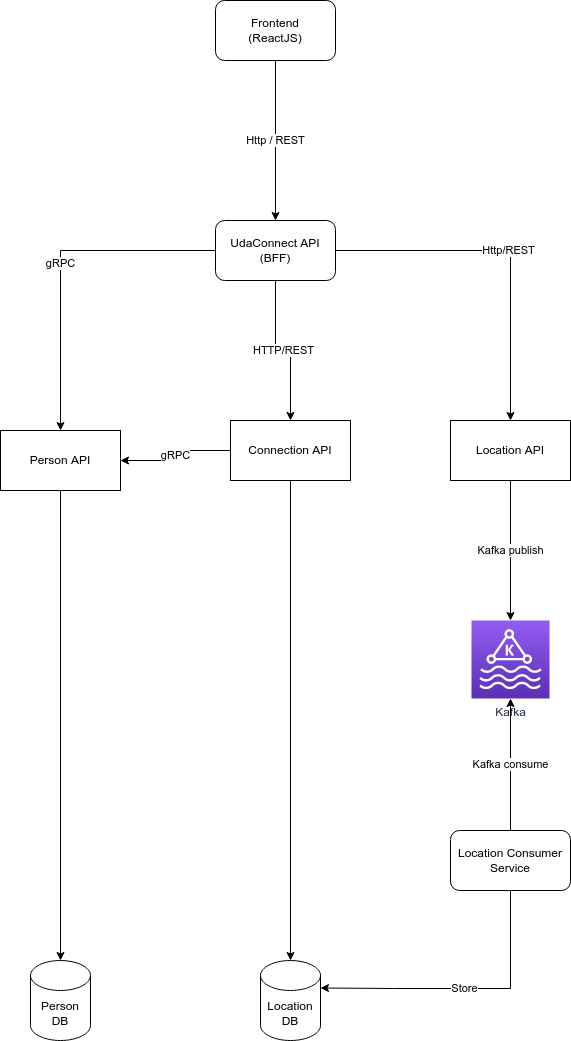
This is docs/architecture_design.png from ThinhTT84/nd064-c2-message-passing-projects-starter, a draw.io export, as it was before one commit. Source tidied: cells renumbered, new cells last; positions are measured from the earlier drawing's top-left corner, leaving out a move shared by most shapes.
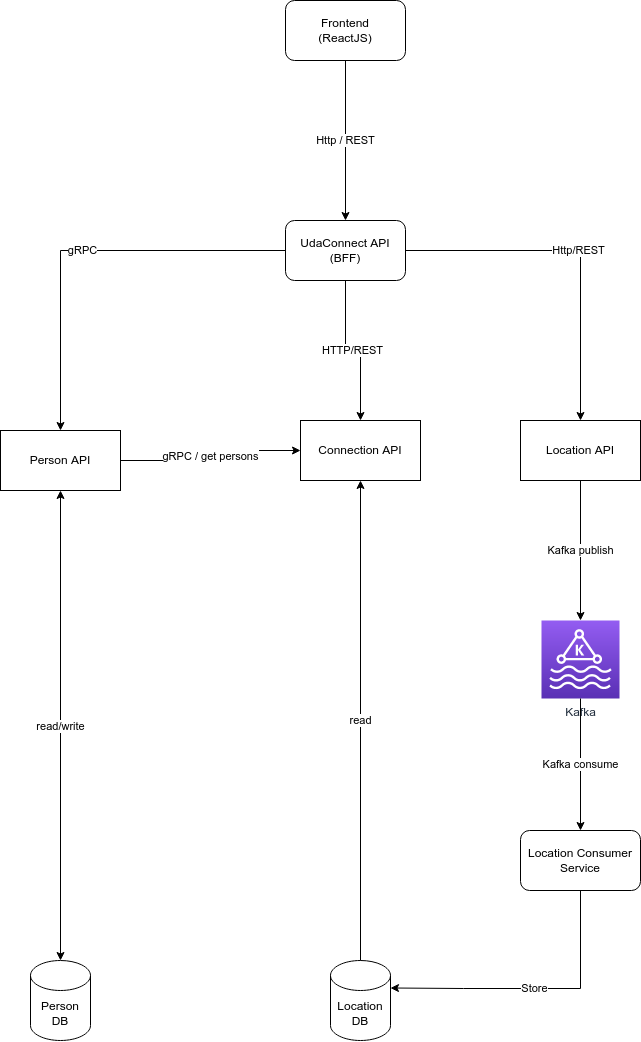
After the change.

Commit message:
update architecture diagram

What changed in the source:
```diff
@@ -11,7 +11,7 @@
     <mxCell id="4" value="gRPC" style="edgeStyle=orthogonalEdgeStyle;rounded=0;jettySize=auto;html=1;" parent="1" edge="1" source="7" target="9">
       <mxGeometry relative="1" as="geometry">
         <Array as="points">
-          <mxPoint x="60" y="250" />
+          <mxPoint x="-10" y="250" />
         </Array>
       </mxGeometry>
     </mxCell>
@@ -28,11 +28,11 @@
     <mxCell id="7" value="UdaConnect API&lt;br&gt;(BFF)" style="rounded=1;whiteSpace=wrap;html=1;" parent="1" vertex="1">
       <mxGeometry x="215" y="220" width="120" height="60" as="geometry" />
     </mxCell>
-    <mxCell id="8" style="edgeStyle=orthogonalEdgeStyle;rounded=0;jettySize=auto;html=1;entryX=0.5;entryY=0;entryDx=0;entryDy=0;entryPerimeter=0;" parent="1" edge="1" source="9" target="20">
+    <mxCell id="8" value="read/write" style="edgeStyle=orthogonalEdgeStyle;rounded=0;jettySize=auto;html=1;entryX=0.5;entryY=0;entryDx=0;entryDy=0;entryPerimeter=0;startArrow=classic;startFill=1;" parent="1" edge="1" source="9" target="20">
       <mxGeometry relative="1" as="geometry" />
     </mxCell>
     <mxCell id="9" value="Person API" style="rounded=0;whiteSpace=wrap;html=1;" parent="1" vertex="1">
-      <mxGeometry y="430" width="120" height="60" as="geometry" />
+      <mxGeometry x="-70" y="430" width="120" height="60" as="geometry" />
     </mxCell>
     <mxCell id="10" value="Kafka publish" style="edgeStyle=orthogonalEdgeStyle;rounded=0;jettySize=auto;html=1;entryX=0.5;entryY=0;entryDx=0;entryDy=0;entryPerimeter=0;" parent="1" edge="1" source="11" target="12">
       <mxGeometry relative="1" as="geometry" />
@@ -43,7 +43,7 @@
     <mxCell id="12" value="Kafka" style="sketch=0;points=[[0,0,0],[0.25,0,0],[0.5,0,0],[0.75,0,0],[1,0,0],[0,1,0],[0.25,1,0],[0.5,1,0],[0.75,1,0],[1,1,0],[0,0.25,0],[0,0.5,0],[0,0.75,0],[1,0.25,0],[1,0.5,0],[1,0.75,0]];outlineConnect=0;fontColor=#232F3E;gradientColor=#945DF2;gradientDirection=north;fillColor=#5A30B5;strokeColor=#ffffff;dashed=0;verticalLabelPosition=bottom;verticalAlign=top;align=center;html=1;fontSize=12;fontStyle=0;shape=mxgraph.aws4.resourceIcon;resIcon=mxgraph.aws4.managed_streaming_for_kafka;" parent="1" vertex="1">
       <mxGeometry x="471" y="620" width="78" height="78" as="geometry" />
     </mxCell>
-    <mxCell id="13" value="Kafka consume" style="edgeStyle=orthogonalEdgeStyle;rounded=0;jettySize=auto;html=1;entryX=0.5;entryY=1;entryDx=0;entryDy=0;entryPerimeter=0;" parent="1" edge="1" source="15" target="12">
+    <mxCell id="13" value="Kafka consume" style="edgeStyle=orthogonalEdgeStyle;rounded=0;jettySize=auto;html=1;entryX=0.5;entryY=1;entryDx=0;entryDy=0;entryPerimeter=0;startArrow=classic;startFill=1;endArrow=none;endFill=0;" parent="1" edge="1" source="15" target="12">
       <mxGeometry relative="1" as="geometry" />
     </mxCell>
     <mxCell id="14" value="Store" style="edgeStyle=orthogonalEdgeStyle;rounded=0;jettySize=auto;html=1;entryX=1;entryY=0;entryDx=0;entryDy=27.5;entryPerimeter=0;" parent="1" edge="1" source="15" target="16">
@@ -60,17 +60,17 @@
     <mxCell id="16" value="Location DB" style="shape=cylinder3;whiteSpace=wrap;html=1;boundedLbl=1;backgroundOutline=1;size=15;" parent="1" vertex="1">
       <mxGeometry x="260" y="960" width="60" height="80" as="geometry" />
     </mxCell>
-    <mxCell id="17" style="edgeStyle=orthogonalEdgeStyle;rounded=0;jettySize=auto;html=1;entryX=0.5;entryY=0;entryDx=0;entryDy=0;entryPerimeter=0;" parent="1" edge="1" source="19" target="16">
+    <mxCell id="17" value="read" style="edgeStyle=orthogonalEdgeStyle;rounded=0;jettySize=auto;html=1;entryX=0.5;entryY=0;entryDx=0;entryDy=0;entryPerimeter=0;endArrow=none;endFill=0;startArrow=classic;startFill=1;" parent="1" edge="1" source="19" target="16">
       <mxGeometry relative="1" as="geometry" />
     </mxCell>
-    <mxCell id="18" value="gRPC" style="edgeStyle=orthogonalEdgeStyle;rounded=0;jettySize=auto;html=1;entryX=1;entryY=0.5;entryDx=0;entryDy=0;" parent="1" edge="1" source="19" target="9">
+    <mxCell id="18" value="gRPC / get persons" style="edgeStyle=orthogonalEdgeStyle;rounded=0;jettySize=auto;html=1;entryX=1;entryY=0.5;entryDx=0;entryDy=0;endArrow=none;endFill=0;startArrow=classic;startFill=1;" parent="1" edge="1" source="19" target="9">
       <mxGeometry relative="1" as="geometry" />
     </mxCell>
     <mxCell id="19" value="Connection API" style="rounded=0;whiteSpace=wrap;html=1;" parent="1" vertex="1">
       <mxGeometry x="230" y="420" width="120" height="60" as="geometry" />
     </mxCell>
     <mxCell id="20" value="Person DB" style="shape=cylinder3;whiteSpace=wrap;html=1;boundedLbl=1;backgroundOutline=1;size=15;" parent="1" vertex="1">
-      <mxGeometry x="30" y="960" width="60" height="80" as="geometry" />
+      <mxGeometry x="-40" y="960" width="60" height="80" as="geometry" />
     </mxCell>
   </root>
 </mxGraphModel>
```
